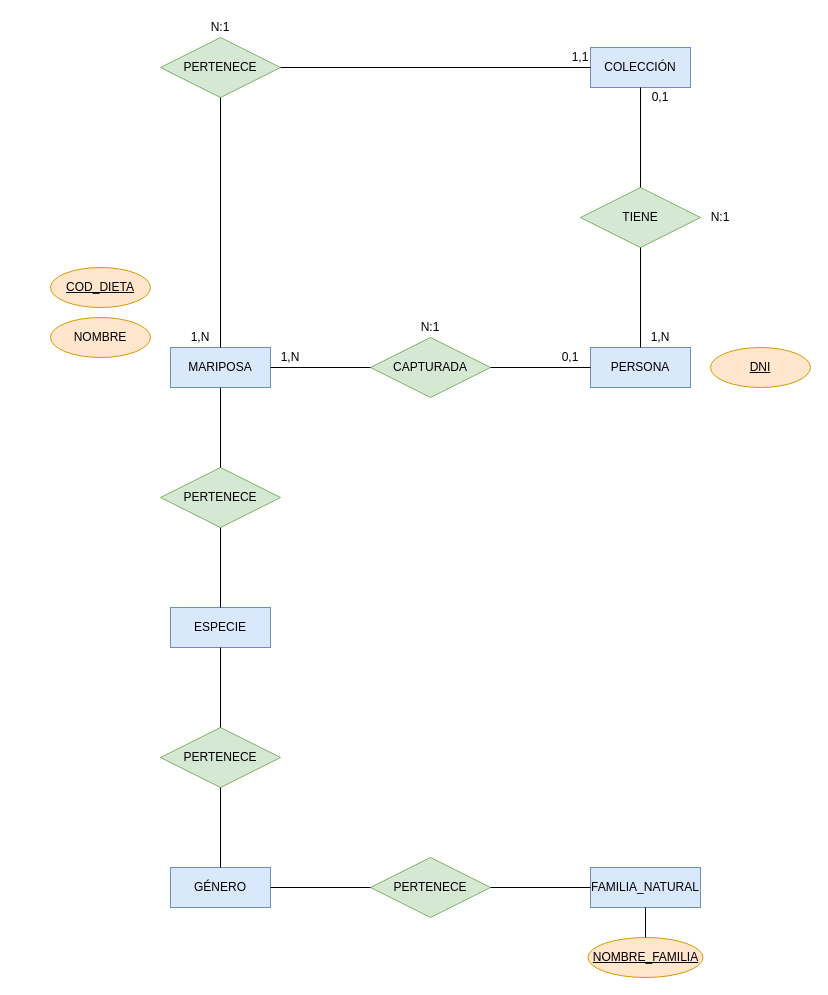
This is Mariposas.drawio from Axel-Vicente/BBDD, a draw.io file, before an edit. Source tidied: cells renumbered, new cells numbered last; positions are measured from the earlier drawing's top-left corner, leaving out a move shared by most shapes. Both pictures are drawn from the tidied source at 100%, with x=0, y=0 at pixel (50, 17).
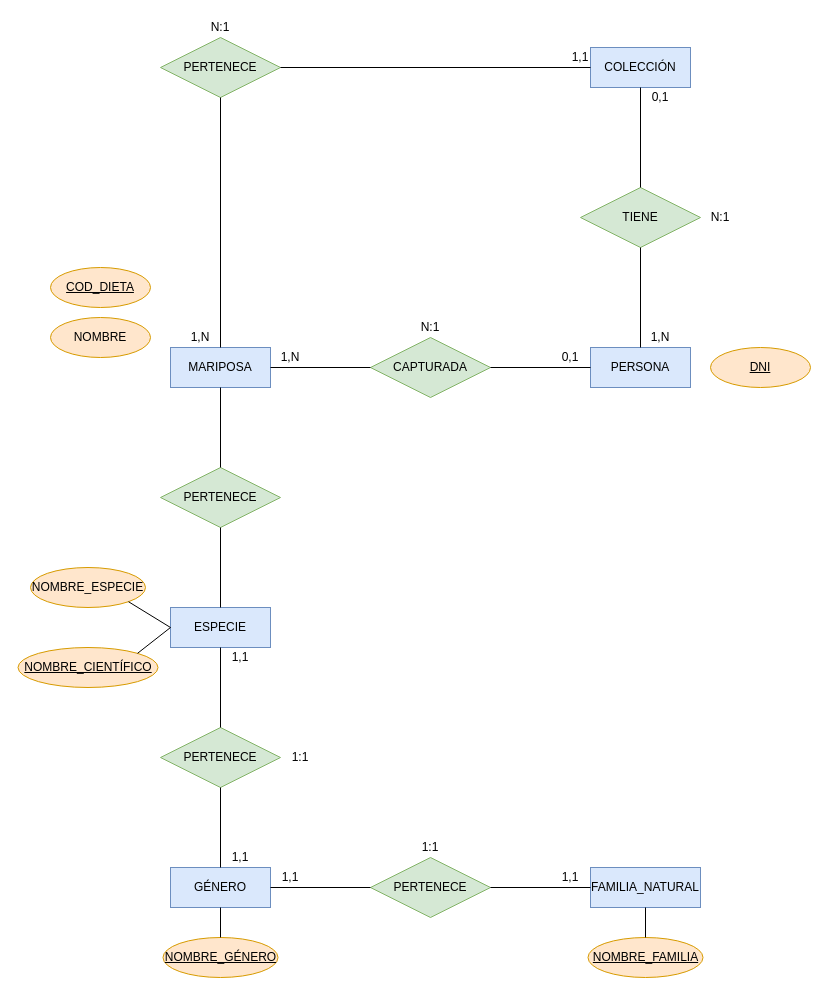
After the change.

The change refers to these unchanged cells:
```xml
<mxCell id="9" value="ESPECIE" style="whiteSpace=wrap;html=1;align=center;fillColor=#dae8fc;strokeColor=#6c8ebf;" parent="1" vertex="1">
  <mxGeometry x="120" y="590" width="100" height="40" as="geometry" />
</mxCell>
<mxCell id="13" value="GÉNERO" style="whiteSpace=wrap;html=1;align=center;fillColor=#dae8fc;strokeColor=#6c8ebf;" parent="1" vertex="1">
  <mxGeometry x="120" y="850" width="100" height="40" as="geometry" />
</mxCell>
```

Diff of the diagram source:
```diff
@@
+    <mxCell id="40" value="NOMBRE_GÉNERO" style="ellipse;whiteSpace=wrap;html=1;align=center;fillColor=#ffe6cc;strokeColor=#d79b00;fontStyle=4;" parent="1" vertex="1">
+      <mxGeometry x="112.5" y="920" width="115" height="40" as="geometry" />
+    </mxCell>
+    <mxCell id="41" style="endArrow=none;html=1;exitX=0.5;exitY=0;exitDx=0;exitDy=0;entryX=0.5;entryY=1;entryDx=0;entryDy=0;" parent="1" edge="1" source="40" target="13">
+      <mxGeometry relative="1" as="geometry" />
+    </mxCell>
+    <mxCell id="42" value="1,1" style="text;html=1;strokeColor=none;fillColor=none;align=center;verticalAlign=middle;whiteSpace=wrap;rounded=0;" parent="1" vertex="1">
+      <mxGeometry x="220" y="850" width="40" height="20" as="geometry" />
+    </mxCell>
+    <mxCell id="43" value="1,1" style="text;html=1;strokeColor=none;fillColor=none;align=center;verticalAlign=middle;whiteSpace=wrap;rounded=0;" parent="1" vertex="1">
+      <mxGeometry x="500" y="850" width="40" height="20" as="geometry" />
+    </mxCell>
+    <mxCell id="44" value="1:1" style="text;html=1;strokeColor=none;fillColor=none;align=center;verticalAlign=middle;whiteSpace=wrap;rounded=0;" parent="1" vertex="1">
+      <mxGeometry x="360" y="820" width="40" height="20" as="geometry" />
+    </mxCell>
+    <mxCell id="45" value="NOMBRE_CIENTÍFICO" style="ellipse;whiteSpace=wrap;html=1;align=center;fillColor=#ffe6cc;strokeColor=#d79b00;fontStyle=4;" parent="1" vertex="1">
+      <mxGeometry x="-32.5" y="630" width="140" height="40" as="geometry" />
+    </mxCell>
+    <mxCell id="46" value="NOMBRE_ESPECIE" style="ellipse;whiteSpace=wrap;html=1;align=center;fillColor=#ffe6cc;strokeColor=#d79b00;fontStyle=0;" parent="1" vertex="1">
+      <mxGeometry x="-20" y="550" width="115" height="40" as="geometry" />
+    </mxCell>
+    <mxCell id="47" style="endArrow=none;html=1;exitX=1;exitY=0;exitDx=0;exitDy=0;entryX=0;entryY=0.5;entryDx=0;entryDy=0;" parent="1" edge="1" source="45" target="9">
+      <mxGeometry relative="1" as="geometry" />
+    </mxCell>
+    <mxCell id="48" style="endArrow=none;html=1;exitX=1;exitY=1;exitDx=0;exitDy=0;entryX=0;entryY=0.5;entryDx=0;entryDy=0;" parent="1" edge="1" source="46" target="9">
+      <mxGeometry relative="1" as="geometry" />
+    </mxCell>
+    <mxCell id="49" value="1:1" style="text;html=1;strokeColor=none;fillColor=none;align=center;verticalAlign=middle;whiteSpace=wrap;rounded=0;" parent="1" vertex="1">
+      <mxGeometry x="230" y="730" width="40" height="20" as="geometry" />
+    </mxCell>
+    <mxCell id="50" value="1,1" style="text;html=1;strokeColor=none;fillColor=none;align=center;verticalAlign=middle;whiteSpace=wrap;rounded=0;" parent="1" vertex="1">
+      <mxGeometry x="170" y="630" width="40" height="20" as="geometry" />
+    </mxCell>
+    <mxCell id="51" value="1,1" style="text;html=1;strokeColor=none;fillColor=none;align=center;verticalAlign=middle;whiteSpace=wrap;rounded=0;" parent="1" vertex="1">
+      <mxGeometry x="170" y="830" width="40" height="20" as="geometry" />
+    </mxCell>
```
